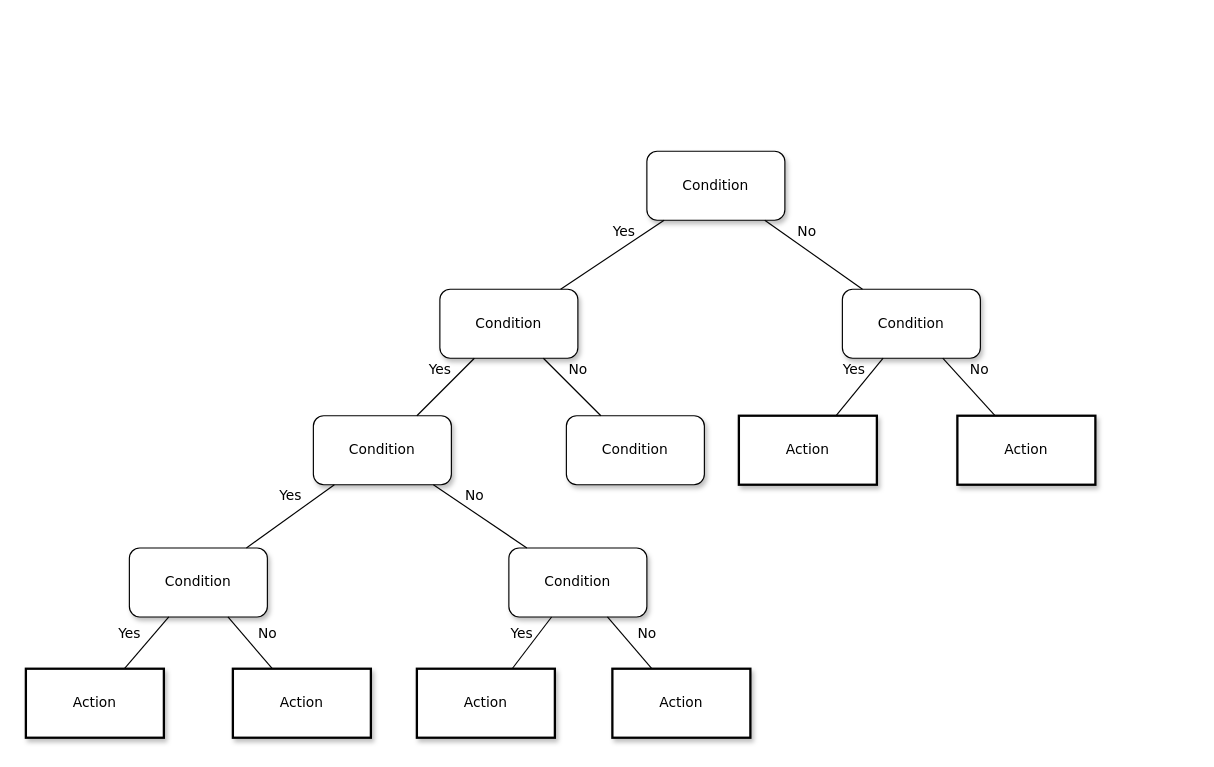
The draw.io diagram Untitled Diagram.drawio in hellousworld/cvc, before the edit. Source tidied: cells renumbered, new cells numbered last; positions are measured from the earlier drawing's top-left corner, leaving out a move shared by most shapes. Both pictures are drawn from the tidied source at 115%, with x=0, y=0 at pixel (25, 151).
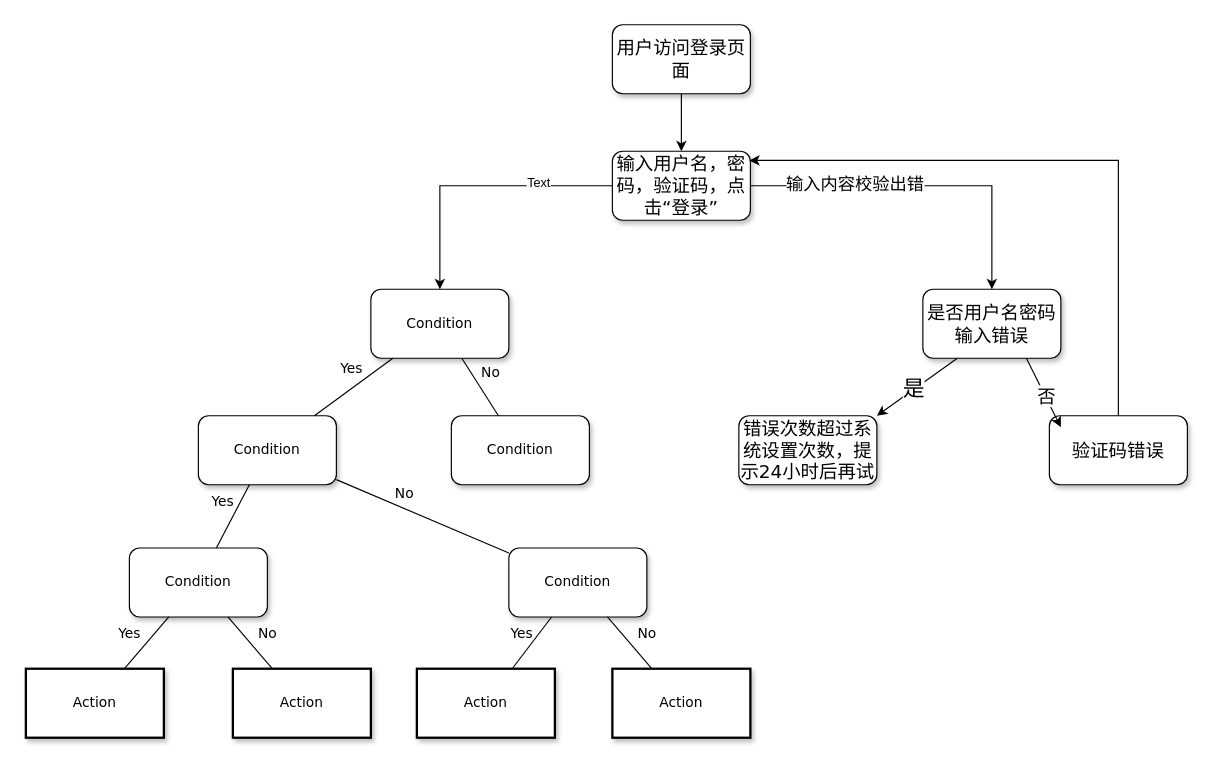
The same page after the edit.

Diff of the diagram source:
```diff
@@
+    <mxCell id="6" style="edgeStyle=orthogonalEdgeStyle;rounded=0;jettySize=auto;html=1;exitX=0;exitY=0.5;exitDx=0;exitDy=0;entryX=0.5;entryY=0;entryDx=0;entryDy=0;" parent="1" edge="1" source="2" target="3">
+      <mxGeometry relative="1" as="geometry" />
+    </mxCell>
+    <mxCell id="27" value="Text" style="edgeLabel;html=1;align=center;verticalAlign=middle;" parent="6" vertex="1">
+      <mxGeometry x="-0.46" y="-3" relative="1" as="geometry" />
+    </mxCell>
+    <mxCell id="5" style="edgeStyle=orthogonalEdgeStyle;rounded=0;jettySize=auto;html=1;exitX=1;exitY=0.5;exitDx=0;exitDy=0;entryX=0.5;entryY=0;entryDx=0;entryDy=0;" parent="1" edge="1" source="2" target="4">
+      <mxGeometry relative="1" as="geometry" />
+    </mxCell>
+    <mxCell id="28" value="&lt;font style=&quot;font-size: 15px;&quot;&gt;输入内容校验出错&lt;/font&gt;" style="edgeLabel;html=1;align=center;verticalAlign=middle;" parent="5" vertex="1">
+      <mxGeometry x="-0.4" y="3" relative="1" as="geometry" />
+    </mxCell>
-    <mxCell id="2" value="Condition" style="whiteSpace=wrap;html=1;rounded=1;shadow=1;labelBackgroundColor=none;strokeWidth=1;fontFamily=Verdana;fontSize=12;align=center;" parent="1" vertex="1">
-      <mxGeometry x="540" width="120" height="60" as="geometry" />
+    <mxCell id="2" value="&lt;font style=&quot;font-size: 16px;&quot;&gt;输入用户名，密码，验证码，点击“登录”&lt;/font&gt;" style="whiteSpace=wrap;html=1;rounded=1;shadow=1;labelBackgroundColor=none;strokeWidth=1;fontFamily=Verdana;fontSize=12;align=center;" parent="1" vertex="1">
+      <mxGeometry x="510" width="120" height="60" as="geometry" />
     </mxCell>
     <mxCell id="3" value="&lt;span&gt;Condition&lt;/span&gt;" style="whiteSpace=wrap;html=1;rounded=1;shadow=1;labelBackgroundColor=none;strokeWidth=1;fontFamily=Verdana;fontSize=12;align=center;" parent="1" vertex="1">
-      <mxGeometry x="360" y="120" width="120" height="60" as="geometry" />
+      <mxGeometry x="300" y="120" width="120" height="60" as="geometry" />
     </mxCell>
-    <mxCell id="4" value="&lt;span&gt;Condition&lt;/span&gt;" style="whiteSpace=wrap;html=1;rounded=1;shadow=1;labelBackgroundColor=none;strokeWidth=1;fontFamily=Verdana;fontSize=12;align=center;" parent="1" vertex="1">
-      <mxGeometry x="710" y="120" width="120" height="60" as="geometry" />
+    <mxCell id="4" value="&lt;font style=&quot;font-size: 16px;&quot;&gt;是否用户名密码输入错误&lt;/font&gt;" style="whiteSpace=wrap;html=1;rounded=1;shadow=1;labelBackgroundColor=none;strokeWidth=1;fontFamily=Verdana;fontSize=12;align=center;" parent="1" vertex="1">
+      <mxGeometry x="780" y="120" width="120" height="60" as="geometry" />
     </mxCell>
-    <mxCell id="5" value="No" style="rounded=0;html=1;labelBackgroundColor=none;startArrow=none;startFill=0;startSize=5;endArrow=none;endFill=0;endSize=5;jettySize=auto;strokeWidth=1;fontFamily=Verdana;fontSize=12;" parent="1" edge="1" source="2" target="4">
-      <mxGeometry x="-0.3" y="13" relative="1" as="geometry" />
-    </mxCell>
-    <mxCell id="6" value="Yes" style="rounded=0;html=1;labelBackgroundColor=none;startArrow=none;startFill=0;startSize=5;endArrow=none;endFill=0;endSize=5;jettySize=auto;strokeWidth=1;fontFamily=Verdana;fontSize=12;" parent="1" edge="1" source="2" target="3">
-      <mxGeometry x="-0.36" y="-11" relative="1" as="geometry" />
-    </mxCell>
     <mxCell id="7" value="&lt;span&gt;Condition&lt;/span&gt;" style="whiteSpace=wrap;html=1;rounded=1;shadow=1;labelBackgroundColor=none;strokeWidth=1;fontFamily=Verdana;fontSize=12;align=center;" parent="1" vertex="1">
-      <mxGeometry x="250" y="230" width="120" height="60" as="geometry" />
+      <mxGeometry x="150" y="230" width="120" height="60" as="geometry" />
     </mxCell>
     <mxCell id="8" value="&lt;span&gt;Condition&lt;/span&gt;" style="whiteSpace=wrap;html=1;rounded=1;shadow=1;labelBackgroundColor=none;strokeWidth=1;fontFamily=Verdana;fontSize=12;align=center;" parent="1" vertex="1">
-      <mxGeometry x="470" y="230" width="120" height="60" as="geometry" />
+      <mxGeometry x="370" y="230" width="120" height="60" as="geometry" />
     </mxCell>
-    <mxCell id="9" value="&lt;span&gt;Action&lt;/span&gt;" style="whiteSpace=wrap;html=1;rounded=0;shadow=1;labelBackgroundColor=none;strokeWidth=2;fontFamily=Verdana;fontSize=12;align=center;" parent="1" vertex="1">
-      <mxGeometry x="620" y="230" width="120" height="60" as="geometry" />
-    </mxCell>
-    <mxCell id="10" value="&lt;span&gt;Action&lt;/span&gt;" style="whiteSpace=wrap;html=1;rounded=0;shadow=1;labelBackgroundColor=none;strokeWidth=2;fontFamily=Verdana;fontSize=12;align=center;" parent="1" vertex="1">
-      <mxGeometry x="810" y="230" width="120" height="60" as="geometry" />
-    </mxCell>
@@
-    <mxCell id="15" value="Yes" style="rounded=0;html=1;labelBackgroundColor=none;startArrow=none;startFill=0;startSize=5;endArrow=none;endFill=0;endSize=5;jettySize=auto;strokeWidth=1;fontFamily=Verdana;fontSize=12;" parent="1" edge="1" source="4" target="9">
-      <mxGeometry x="-0.26" y="-13" relative="1" as="geometry" />
-    </mxCell>
-    <mxCell id="16" value="No" style="rounded=0;html=1;labelBackgroundColor=none;startArrow=none;startFill=0;startSize=5;endArrow=none;endFill=0;endSize=5;jettySize=auto;strokeWidth=1;fontFamily=Verdana;fontSize=12;" parent="1" edge="1" source="4" target="10">
-      <mxGeometry x="-0.13" y="17" relative="1" as="geometry" />
-    </mxCell>
@@
+    <mxCell id="29" style="edgeStyle=orthogonalEdgeStyle;rounded=0;jettySize=auto;html=1;exitX=0.5;exitY=1;exitDx=0;exitDy=0;entryX=0.5;entryY=0;entryDx=0;entryDy=0;" parent="1" edge="1" source="30" target="2">
+      <mxGeometry relative="1" as="geometry" />
+    </mxCell>
+    <mxCell id="30" value="&lt;font style=&quot;font-size: 16px;&quot;&gt;用户访问登录页面&lt;/font&gt;" style="whiteSpace=wrap;html=1;rounded=1;shadow=1;labelBackgroundColor=none;strokeWidth=1;fontFamily=Verdana;fontSize=12;align=center;" parent="1" vertex="1">
+      <mxGeometry x="510" y="-110" width="120" height="60" as="geometry" />
+    </mxCell>
+    <mxCell id="31" style="endArrow=classic;html=1;rounded=0;exitX=0.25;exitY=1;exitDx=0;exitDy=0;entryX=1;entryY=0;entryDx=0;entryDy=0;" parent="1" edge="1" source="4" target="33">
+      <mxGeometry relative="1" as="geometry" />
+    </mxCell>
+    <mxCell id="32" value="是" style="edgeLabel;html=1;align=center;verticalAlign=middle;fontSize=19;" parent="31" vertex="1">
+      <mxGeometry x="0.08" y="-2" relative="1" as="geometry">
+        <mxPoint y="1" as="offset" />
+      </mxGeometry>
+    </mxCell>
+    <mxCell id="33" value="&lt;span style=&quot;font-size: 16px;&quot;&gt;错误次数超过系统设置次数，提示24小时后再试&lt;/span&gt;" style="whiteSpace=wrap;html=1;rounded=1;shadow=1;labelBackgroundColor=none;strokeWidth=1;fontFamily=Verdana;fontSize=12;align=center;" parent="1" vertex="1">
+      <mxGeometry x="620" y="230" width="120" height="60" as="geometry" />
+    </mxCell>
+    <mxCell id="34" value="&lt;font style=&quot;font-size: 16px;&quot;&gt;验证码错误&lt;/font&gt;" style="whiteSpace=wrap;html=1;rounded=1;shadow=1;labelBackgroundColor=none;strokeWidth=1;fontFamily=Verdana;fontSize=12;align=center;" parent="1" vertex="1">
+      <mxGeometry x="890" y="230" width="120" height="60" as="geometry" />
+    </mxCell>
+    <mxCell id="35" style="endArrow=classic;html=1;rounded=0;exitX=0.75;exitY=1;exitDx=0;exitDy=0;entryX=0.083;entryY=0.167;entryDx=0;entryDy=0;entryPerimeter=0;" parent="1" edge="1" source="4" target="34">
+      <mxGeometry relative="1" as="geometry" />
+    </mxCell>
+    <mxCell id="36" value="&amp;nbsp;&lt;font style=&quot;font-size: 16px;&quot;&gt;否&lt;/font&gt;" style="edgeLabel;html=1;align=center;verticalAlign=middle;" parent="35" vertex="1">
+      <mxGeometry x="0.03" relative="1" as="geometry">
+        <mxPoint y="1" as="offset" />
+      </mxGeometry>
+    </mxCell>
+    <mxCell id="37" style="edgeStyle=orthogonalEdgeStyle;rounded=0;jettySize=auto;html=1;exitX=0.5;exitY=0;exitDx=0;exitDy=0;entryX=0.992;entryY=0.133;entryDx=0;entryDy=0;entryPerimeter=0;" parent="1" edge="1" source="34" target="2">
+      <mxGeometry relative="1" as="geometry" />
+    </mxCell>
```
